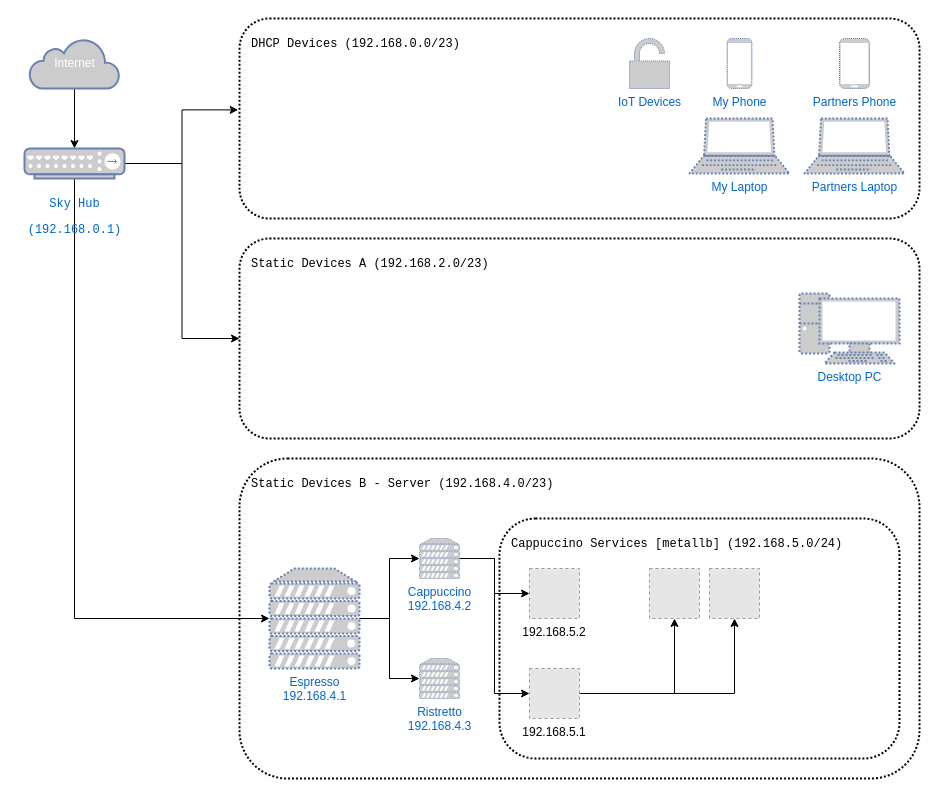
The draw.io diagram CoffeeShop.drawio in Jonnobrow/coffee-shop, before the edit. Source tidied: cells renumbered, new cells numbered last; positions are measured from the earlier drawing's top-left corner, leaving out a move shared by most shapes. Both pictures are drawn from the tidied source at 100%, with x=0, y=0 at pixel (24, 18). Pictures stored in the file or linked from it are replaced by grey dashed boxes.
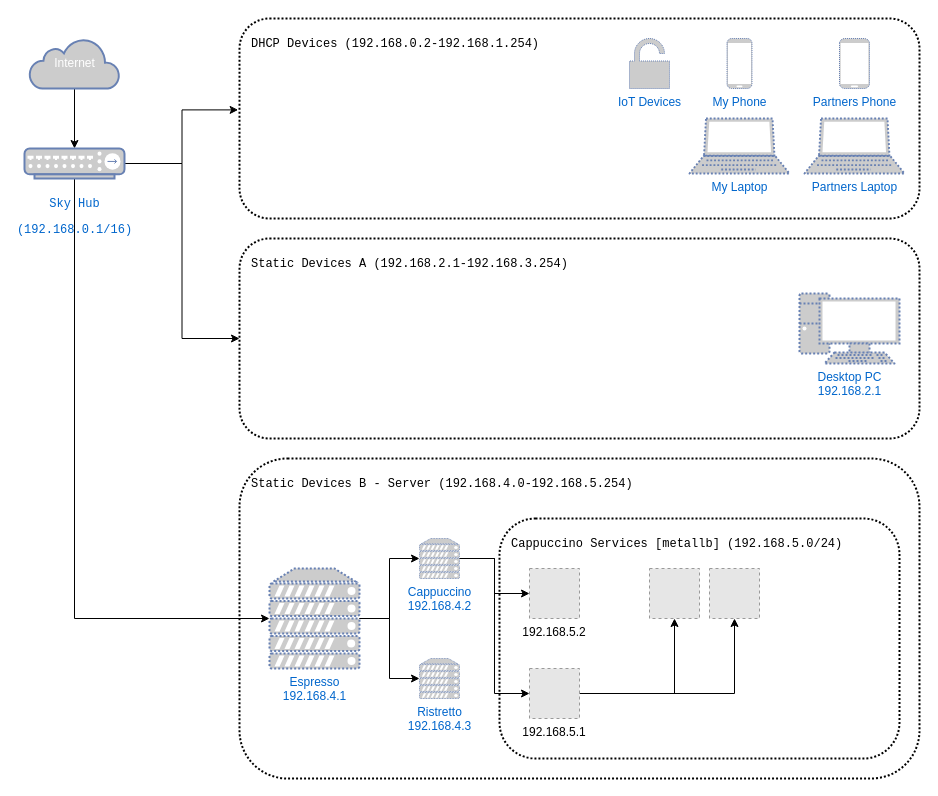
The same page after the edit.

Change to the diagram source:
```diff
@@
-    <mxCell id="7" value="&lt;div&gt;&lt;pre&gt;Sky Hub&lt;/pre&gt;&lt;/div&gt;&lt;div&gt;&lt;pre&gt;(192.168.0.1)&lt;/pre&gt;&lt;/div&gt;" style="fontColor=#0066CC;verticalAlign=top;verticalLabelPosition=bottom;labelPosition=center;align=center;html=1;outlineConnect=0;fillColor=#CCCCCC;strokeColor=#6881B3;gradientColor=none;gradientDirection=north;strokeWidth=2;shape=mxgraph.networks.hub;" parent="1" vertex="1">
+    <mxCell id="7" value="&lt;div&gt;&lt;pre&gt;Sky Hub&lt;/pre&gt;&lt;/div&gt;&lt;div&gt;&lt;pre&gt;(192.168.0.1/16)&lt;/pre&gt;&lt;/div&gt;" style="fontColor=#0066CC;verticalAlign=top;verticalLabelPosition=bottom;labelPosition=center;align=center;html=1;outlineConnect=0;fillColor=#CCCCCC;strokeColor=#6881B3;gradientColor=none;gradientDirection=north;strokeWidth=2;shape=mxgraph.networks.hub;" parent="1" vertex="1">
       <mxGeometry y="130" width="100" height="30" as="geometry" />
     </mxCell>
-    <mxCell id="8" value="&lt;div&gt;&lt;pre&gt;DHCP Devices (192.168.0.0/23)&lt;/pre&gt;&lt;/div&gt;" style="rounded=1;whiteSpace=wrap;html=1;dashed=1;fillColor=none;dashPattern=1 1;strokeWidth=2;align=left;verticalAlign=top;labelPosition=center;verticalLabelPosition=middle;spacingTop=0;spacingLeft=10;" parent="1" vertex="1">
+    <mxCell id="8" value="&lt;div&gt;&lt;pre&gt;DHCP Devices (192.168.0.2-192.168.1.254)&lt;/pre&gt;&lt;/div&gt;" style="rounded=1;whiteSpace=wrap;html=1;dashed=1;fillColor=none;dashPattern=1 1;strokeWidth=2;align=left;verticalAlign=top;labelPosition=center;verticalLabelPosition=middle;spacingTop=0;spacingLeft=10;" parent="1" vertex="1">
       <mxGeometry x="215" width="680" height="200" as="geometry" />
     </mxCell>
@@
-    <mxCell id="14" value="&lt;div&gt;&lt;pre&gt;Static Devices A (192.168.2.0/23)&lt;/pre&gt;&lt;/div&gt;" style="rounded=1;whiteSpace=wrap;html=1;dashed=1;fillColor=none;dashPattern=1 1;strokeWidth=2;align=left;verticalAlign=top;labelPosition=center;verticalLabelPosition=middle;spacingTop=0;spacingLeft=10;" parent="1" vertex="1">
+    <mxCell id="14" value="&lt;div&gt;&lt;pre&gt;Static Devices A (192.168.2.1-192.168.3.254)&lt;/pre&gt;&lt;/div&gt;" style="rounded=1;whiteSpace=wrap;html=1;dashed=1;fillColor=none;dashPattern=1 1;strokeWidth=2;align=left;verticalAlign=top;labelPosition=center;verticalLabelPosition=middle;spacingTop=0;spacingLeft=10;" parent="1" vertex="1">
       <mxGeometry x="215" y="220" width="680" height="200" as="geometry" />
     </mxCell>
-    <mxCell id="15" value="&lt;div&gt;&lt;pre&gt;Static Devices B - Server (192.168.4.0/23)&lt;/pre&gt;&lt;/div&gt;" style="rounded=1;whiteSpace=wrap;html=1;dashed=1;fillColor=none;dashPattern=1 1;strokeWidth=2;align=left;verticalAlign=top;labelPosition=center;verticalLabelPosition=middle;spacingTop=0;spacingLeft=10;" parent="1" vertex="1">
+    <mxCell id="15" value="&lt;div&gt;&lt;pre&gt;Static Devices B - Server (192.168.4.0-192.168.5.254)&lt;/pre&gt;&lt;/div&gt;" style="rounded=1;whiteSpace=wrap;html=1;dashed=1;fillColor=none;dashPattern=1 1;strokeWidth=2;align=left;verticalAlign=top;labelPosition=center;verticalLabelPosition=middle;spacingTop=0;spacingLeft=10;" parent="1" vertex="1">
       <mxGeometry x="215" y="440" width="680" height="320" as="geometry" />
     </mxCell>
-    <mxCell id="16" value="Desktop PC" style="fontColor=#0066CC;verticalAlign=top;verticalLabelPosition=bottom;labelPosition=center;align=center;html=1;fillColor=#CCCCCC;strokeColor=#6881B3;gradientColor=none;gradientDirection=north;strokeWidth=2;shape=mxgraph.networks.pc;dashed=1;dashPattern=1 1;" parent="1" vertex="1">
+    <mxCell id="16" value="&lt;div&gt;Desktop PC&lt;/div&gt;&lt;div&gt;192.168.2.1&lt;br&gt;&lt;/div&gt;" style="fontColor=#0066CC;verticalAlign=top;verticalLabelPosition=bottom;labelPosition=center;align=center;html=1;fillColor=#CCCCCC;strokeColor=#6881B3;gradientColor=none;gradientDirection=north;strokeWidth=2;shape=mxgraph.networks.pc;dashed=1;dashPattern=1 1;" parent="1" vertex="1">
       <mxGeometry x="775" y="275" width="100" height="70" as="geometry" />
     </mxCell>
```
